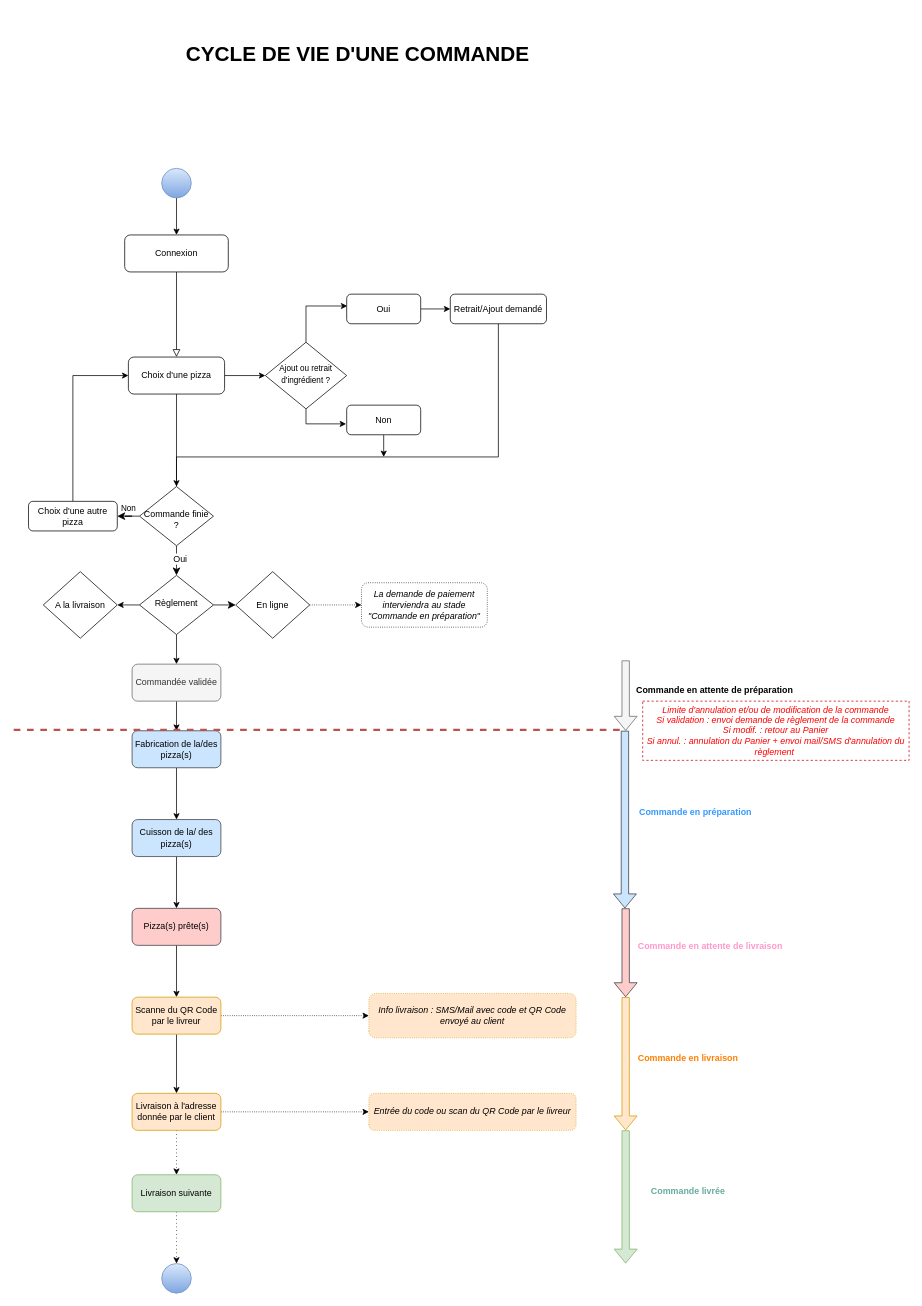
OMorlotti/P4-analyser-les-besoin-de-mon-client-pour-son-groupe-de-pizzerias keeps this draw.io diagram as Untitled Diagram.drawio. Above is the earlier version. Source tidied: cells renumbered, new cells numbered last; positions are measured from the earlier drawing's top-left corner, leaving out a move shared by most shapes. Both pictures are drawn from the tidied source at 74%, with x=0, y=0 at pixel (13, 13).
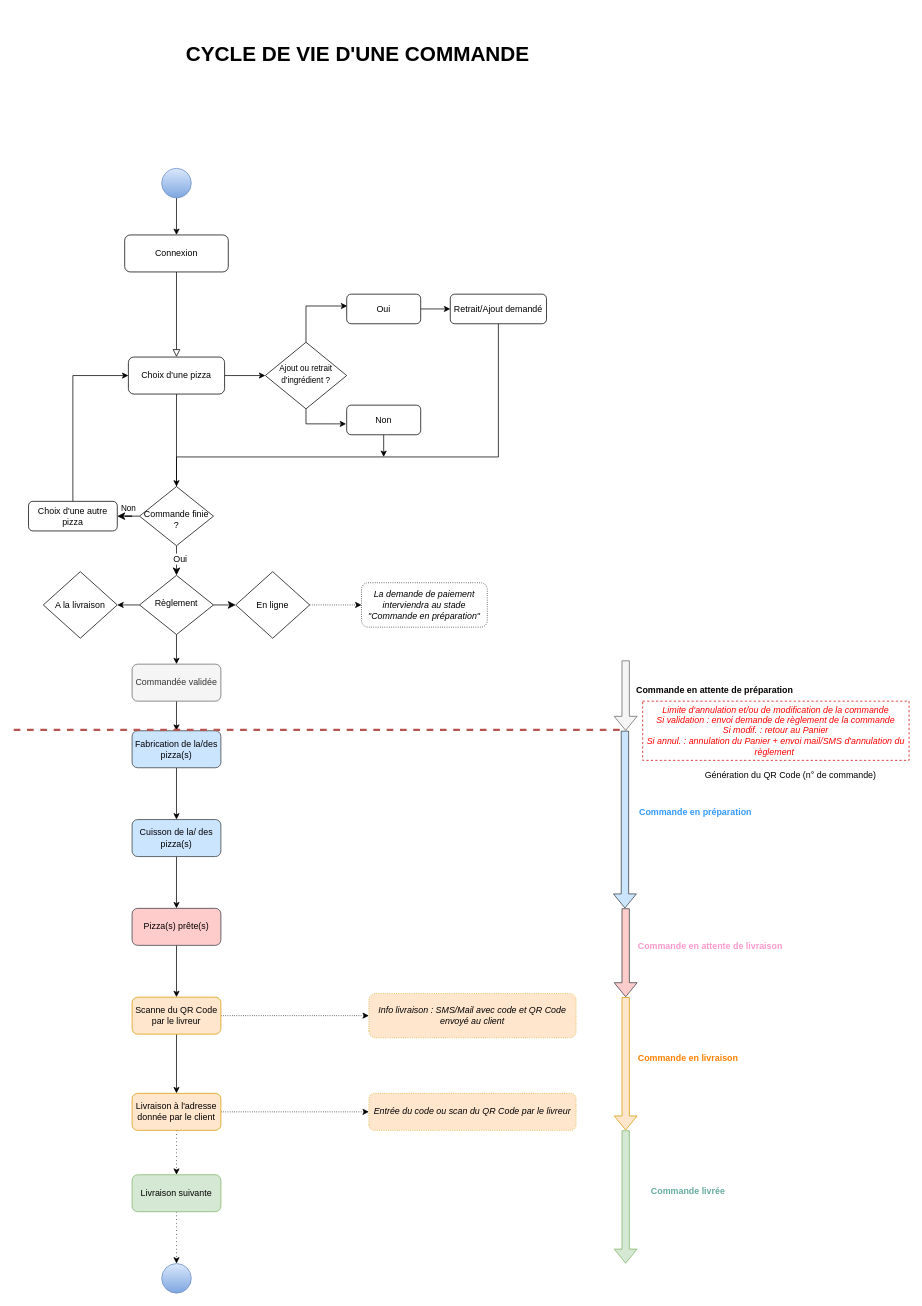
The same diagram, later.

Change to the diagram source:
```diff
@@
+    <mxCell id="64" value="&lt;font color=&quot;#000000&quot;&gt;Génération du QR Code (n° de commande)&lt;/font&gt;" style="text;html=1;strokeColor=none;fillColor=none;align=center;verticalAlign=middle;whiteSpace=wrap;rounded=0;dashed=1;fontColor=#FF99CC;" parent="1" vertex="1">
+      <mxGeometry x="890" y="1020" width="320" height="20" as="geometry" />
+    </mxCell>
```
